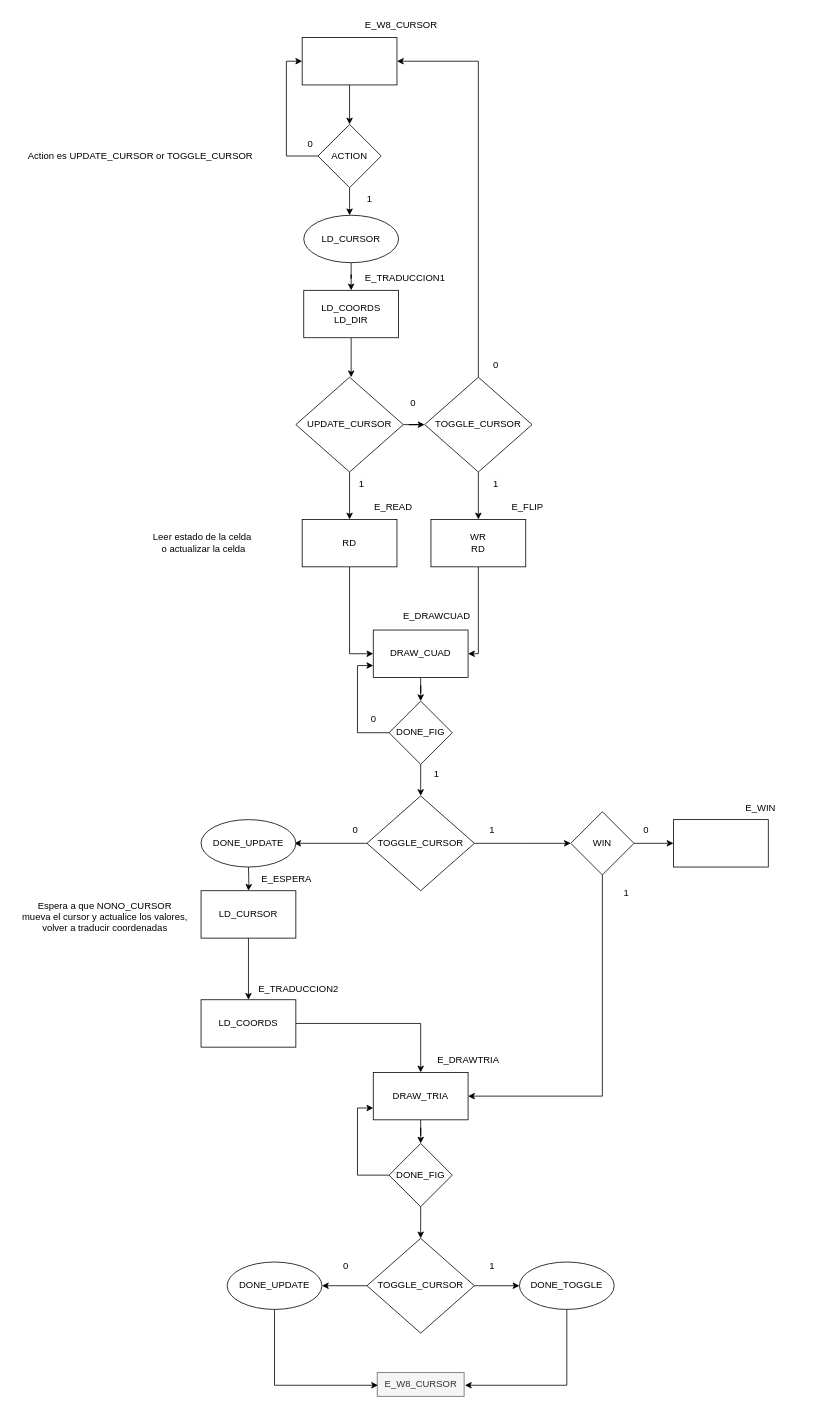
This is DiagramasDisenio/FicherosDrawio/NONO_GRAPHICS_UC_cursor.drawio from DASDNonograma/Nonograma, a draw.io file, before an edit. Source tidied: cells renumbered, new cells numbered last; positions are measured from the earlier drawing's top-left corner, leaving out a move shared by most shapes. Both pictures are drawn from the tidied source at 79%, with x=0, y=0 at pixel (13, 13).
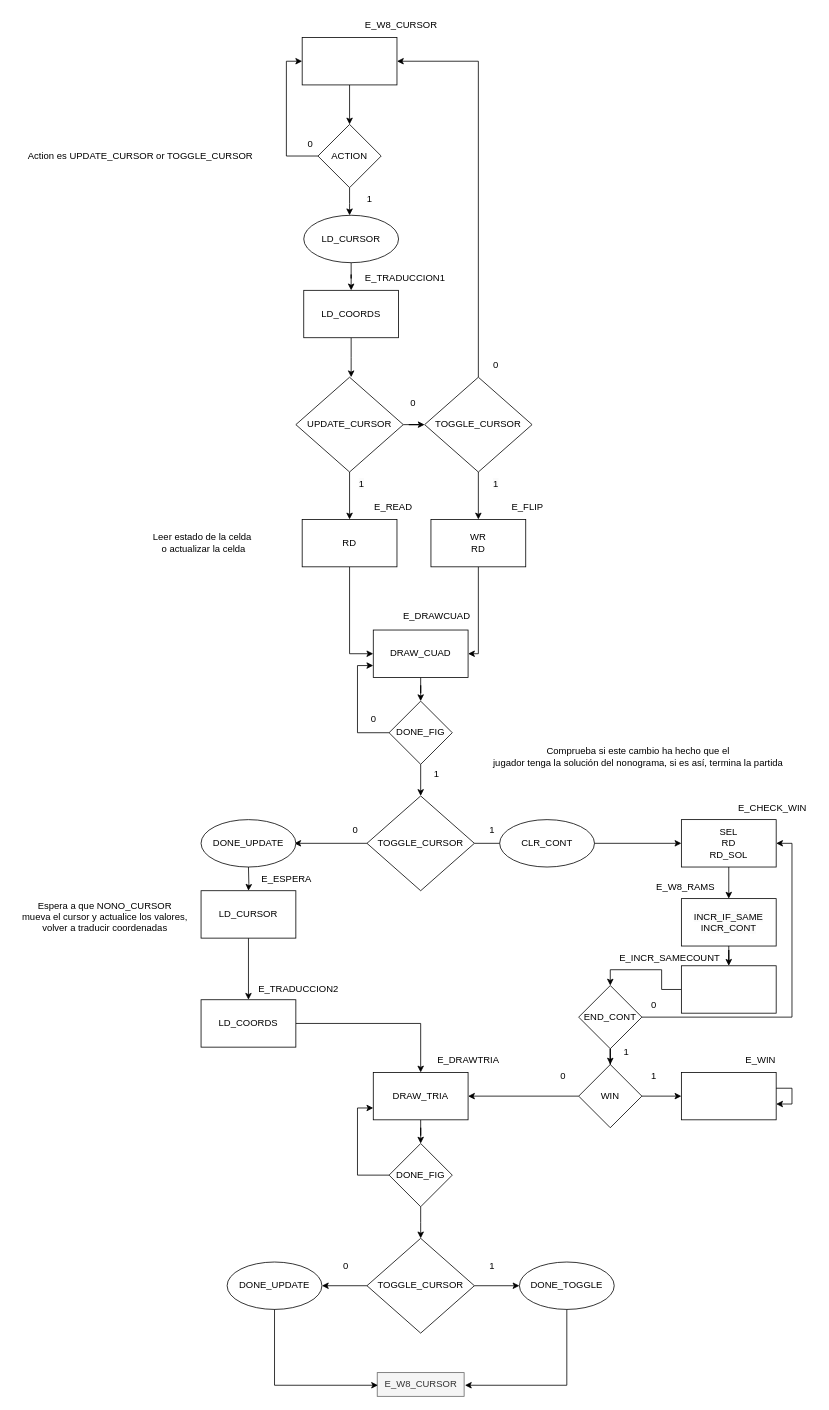
Above is the later version.

The change refers to these unchanged cells:
```xml
<mxCell id="36" value="TOGGLE_CURSOR" style="rhombus;whiteSpace=wrap;html=1;" parent="1" vertex="1">
  <mxGeometry x="447" y="990" width="136" height="120" as="geometry" />
</mxCell>
<mxCell id="60" value="DRAW_TRIA" style="whiteSpace=wrap;html=1;" parent="1" vertex="1">
  <mxGeometry x="455" y="1340" width="120" height="60" as="geometry" />
</mxCell>
```

Change to the diagram source:
```diff
@@
-    <mxCell id="14" value="LD_COORDS&lt;br&gt;LD_DIR" style="whiteSpace=wrap;html=1;" parent="1" vertex="1">
+    <mxCell id="14" value="LD_COORDS" style="whiteSpace=wrap;html=1;" parent="1" vertex="1">
       <mxGeometry x="367" y="350" width="120" height="60" as="geometry" />
     </mxCell>
@@
-    <mxCell id="34" style="edgeStyle=orthogonalEdgeStyle;rounded=0;jettySize=auto;html=1;" parent="1" edge="1" source="36">
-      <mxGeometry relative="1" as="geometry">
-        <mxPoint x="705" y="1050" as="targetPoint" />
-      </mxGeometry>
+    <mxCell id="34" style="edgeStyle=orthogonalEdgeStyle;rounded=0;jettySize=auto;html=1;entryX=0;entryY=0.5;entryDx=0;entryDy=0;" parent="1" edge="1" source="36" target="79">
+      <mxGeometry relative="1" as="geometry" />
     </mxCell>
@@
-    <mxCell id="38" style="edgeStyle=orthogonalEdgeStyle;rounded=0;jettySize=auto;html=1;" parent="1" edge="1" source="40" target="45">
-      <mxGeometry relative="1" as="geometry" />
-    </mxCell>
-    <mxCell id="39" style="edgeStyle=orthogonalEdgeStyle;rounded=0;jettySize=auto;html=1;entryX=1;entryY=0.5;entryDx=0;entryDy=0;" parent="1" edge="1" source="40" target="60">
-      <mxGeometry relative="1" as="geometry">
-        <Array as="points">
-          <mxPoint x="745" y="1370" />
-        </Array>
-      </mxGeometry>
-    </mxCell>
-    <mxCell id="40" value="WIN" style="rhombus;whiteSpace=wrap;html=1;" parent="1" vertex="1">
-      <mxGeometry x="705" y="1010" width="80" height="80" as="geometry" />
-    </mxCell>
@@
     <mxCell id="45" style="whiteSpace=wrap;html=1;" parent="1" vertex="1">
-      <mxGeometry x="835" y="1020" width="120" height="60" as="geometry" />
+      <mxGeometry x="845" y="1340" width="120" height="60" as="geometry" />
     </mxCell>
-    <mxCell id="46" value="E_WIN" style="text;html=1;align=center;verticalAlign=middle;strokeColor=none;fillColor=none;" parent="1" vertex="1">
-      <mxGeometry x="915" y="990" width="60" height="30" as="geometry" />
-    </mxCell>
@@
-    <mxCell id="48" value="0" style="text;html=1;align=center;verticalAlign=middle;strokeColor=none;fillColor=none;" parent="1" vertex="1">
-      <mxGeometry x="785" y="1018" width="30" height="30" as="geometry" />
-    </mxCell>
@@
-    <mxCell id="58" value="1" style="text;html=1;align=center;verticalAlign=middle;strokeColor=none;fillColor=none;" parent="1" vertex="1">
-      <mxGeometry x="760" y="1098" width="30" height="30" as="geometry" />
-    </mxCell>
@@
+    <mxCell id="78" style="edgeStyle=orthogonalEdgeStyle;rounded=0;jettySize=auto;html=1;" parent="1" edge="1" source="79" target="83">
+      <mxGeometry relative="1" as="geometry" />
+    </mxCell>
+    <mxCell id="79" value="SEL&lt;br&gt;RD&lt;br&gt;RD_SOL" style="whiteSpace=wrap;html=1;" parent="1" vertex="1">
+      <mxGeometry x="845" y="1020" width="120" height="60" as="geometry" />
+    </mxCell>
+    <mxCell id="80" value="E_CHECK_WIN" style="text;html=1;align=center;verticalAlign=middle;strokeColor=none;fillColor=none;" parent="1" vertex="1">
+      <mxGeometry x="905" y="990" width="110" height="30" as="geometry" />
+    </mxCell>
+    <mxCell id="39" style="edgeStyle=orthogonalEdgeStyle;rounded=0;jettySize=auto;html=1;entryX=1;entryY=0.5;entryDx=0;entryDy=0;" parent="1" edge="1" source="40" target="60">
+      <mxGeometry relative="1" as="geometry" />
+    </mxCell>
+    <mxCell id="38" style="edgeStyle=orthogonalEdgeStyle;rounded=0;jettySize=auto;html=1;" parent="1" edge="1" source="40" target="45">
+      <mxGeometry relative="1" as="geometry" />
+    </mxCell>
+    <mxCell id="40" value="WIN" style="rhombus;whiteSpace=wrap;html=1;" parent="1" vertex="1">
+      <mxGeometry x="715" y="1330" width="80" height="80" as="geometry" />
+    </mxCell>
+    <mxCell id="81" value="CLR_CONT" style="ellipse;whiteSpace=wrap;html=1;" parent="1" vertex="1">
+      <mxGeometry x="615" y="1020" width="120" height="60" as="geometry" />
+    </mxCell>
+    <mxCell id="82" style="edgeStyle=orthogonalEdgeStyle;rounded=0;jettySize=auto;html=1;" parent="1" edge="1" source="83" target="94">
+      <mxGeometry relative="1" as="geometry" />
+    </mxCell>
+    <mxCell id="83" value="&lt;span style=&quot;color: rgb(0, 0, 0); font-family: Helvetica; font-size: 12px; font-style: normal; font-variant-ligatures: normal; font-variant-caps: normal; font-weight: 400; letter-spacing: normal; orphans: 2; text-align: center; text-indent: 0px; text-transform: none; widows: 2; word-spacing: 0px; -webkit-text-stroke-width: 0px; background-color: rgb(251, 251, 251); text-decoration-thickness: initial; text-decoration-style: initial; text-decoration-color: initial; float: none; display: inline !important;&quot;&gt;INCR_IF_SAME&lt;br&gt;INCR_CONT&lt;br&gt;&lt;/span&gt;" style="whiteSpace=wrap;html=1;" parent="1" vertex="1">
+      <mxGeometry x="845" y="1120" width="120" height="60" as="geometry" />
+    </mxCell>
+    <mxCell id="84" style="edgeStyle=orthogonalEdgeStyle;rounded=0;jettySize=auto;html=1;entryX=1;entryY=0.5;entryDx=0;entryDy=0;" parent="1" edge="1" source="86" target="79">
+      <mxGeometry relative="1" as="geometry">
+        <Array as="points">
+          <mxPoint x="985" y="1270" />
+          <mxPoint x="985" y="1050" />
+        </Array>
+      </mxGeometry>
+    </mxCell>
+    <mxCell id="85" style="edgeStyle=orthogonalEdgeStyle;rounded=0;jettySize=auto;html=1;" parent="1" edge="1" source="86" target="40">
+      <mxGeometry relative="1" as="geometry" />
+    </mxCell>
+    <mxCell id="86" value="END_CONT" style="rhombus;whiteSpace=wrap;html=1;" parent="1" vertex="1">
+      <mxGeometry x="715" y="1230" width="80" height="80" as="geometry" />
+    </mxCell>
+    <mxCell id="87" value="Comprueba si este cambio ha hecho que el &lt;br&gt;jugador tenga la solución del nonograma, si es así, termina la partida" style="text;html=1;align=center;verticalAlign=middle;strokeColor=none;fillColor=none;" parent="1" vertex="1">
+      <mxGeometry x="595" y="920" width="390" height="40" as="geometry" />
+    </mxCell>
+    <mxCell id="88" value="0" style="text;html=1;align=center;verticalAlign=middle;strokeColor=none;fillColor=none;" parent="1" vertex="1">
+      <mxGeometry x="795" y="1240" width="30" height="30" as="geometry" />
+    </mxCell>
+    <mxCell id="89" value="1" style="text;html=1;align=center;verticalAlign=middle;strokeColor=none;fillColor=none;" parent="1" vertex="1">
+      <mxGeometry x="795" y="1330" width="30" height="30" as="geometry" />
+    </mxCell>
+    <mxCell id="90" value="0" style="text;html=1;align=center;verticalAlign=middle;strokeColor=none;fillColor=none;" parent="1" vertex="1">
+      <mxGeometry x="680" y="1330" width="30" height="30" as="geometry" />
+    </mxCell>
+    <mxCell id="46" value="E_WIN" style="text;html=1;align=center;verticalAlign=middle;strokeColor=none;fillColor=none;" parent="1" vertex="1">
+      <mxGeometry x="915" y="1310" width="60" height="30" as="geometry" />
+    </mxCell>
+    <mxCell id="91" style="edgeStyle=orthogonalEdgeStyle;rounded=0;orthogonalLoop=1;jettySize=auto;html=1;" parent="1" edge="1" source="45" target="45">
+      <mxGeometry relative="1" as="geometry" />
+    </mxCell>
+    <mxCell id="92" value="1" style="text;html=1;align=center;verticalAlign=middle;strokeColor=none;fillColor=none;" parent="1" vertex="1">
+      <mxGeometry x="760" y="1300" width="30" height="30" as="geometry" />
+    </mxCell>
+    <mxCell id="93" style="edgeStyle=orthogonalEdgeStyle;rounded=0;jettySize=auto;html=1;entryX=0.5;entryY=0;entryDx=0;entryDy=0;" parent="1" edge="1" source="94" target="86">
+      <mxGeometry relative="1" as="geometry" />
+    </mxCell>
+    <mxCell id="94" style="whiteSpace=wrap;html=1;" parent="1" vertex="1">
+      <mxGeometry x="845" y="1205" width="120" height="60" as="geometry" />
+    </mxCell>
+    <mxCell id="95" value="E_W8_RAMS" style="text;html=1;align=center;verticalAlign=middle;strokeColor=none;fillColor=none;" parent="1" vertex="1">
+      <mxGeometry x="800" y="1090" width="100" height="30" as="geometry" />
+    </mxCell>
+    <mxCell id="96" value="E_INCR_SAMECOUNT" style="text;html=1;align=center;verticalAlign=middle;strokeColor=none;fillColor=none;" parent="1" vertex="1">
+      <mxGeometry x="755" y="1180" width="150" height="30" as="geometry" />
+    </mxCell>
```
